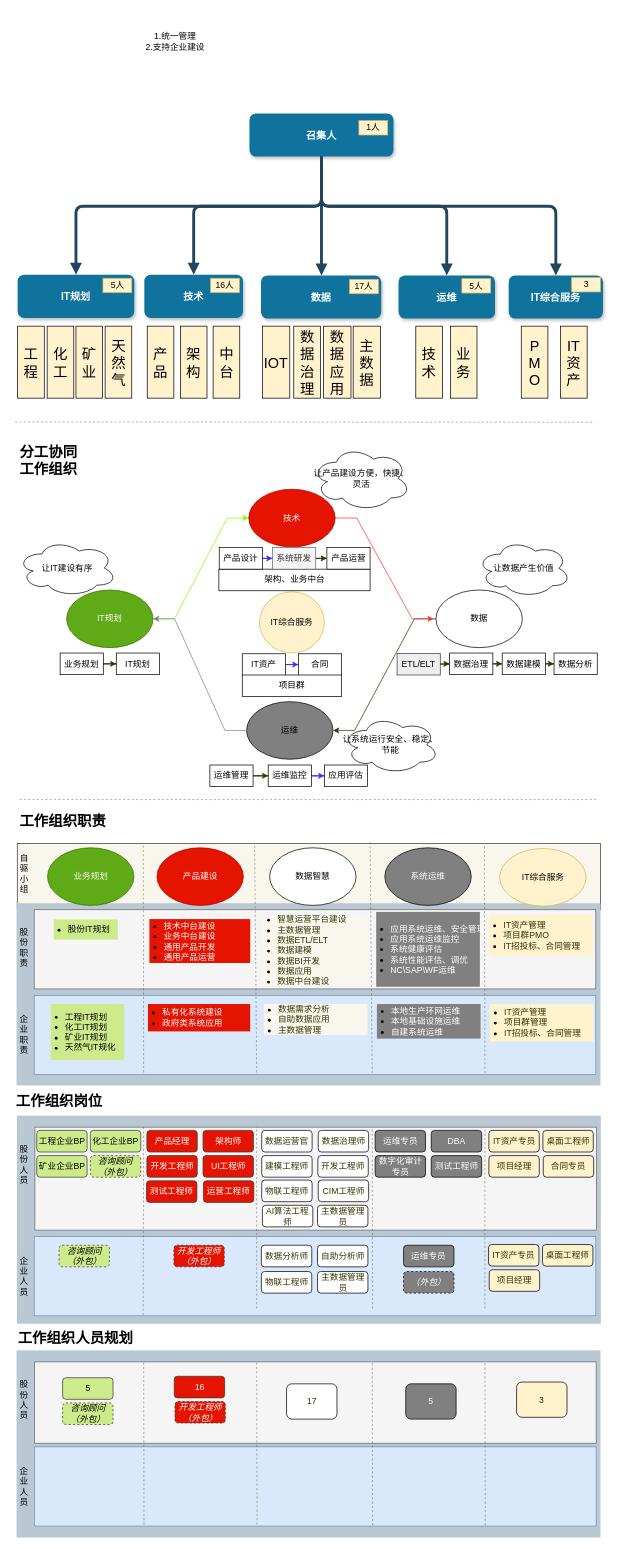
Earlier version of the draw.io diagram page "第 27 页" (18 of 25) of MQ服务.drawio (chinadragonsjz/project). Source tidied: cells renumbered, new cells numbered last; positions are measured from the earlier drawing's top-left corner, leaving out a move shared by most shapes. Both pictures are drawn from the tidied source at 72%, with x=0, y=0 at pixel (12, 12).
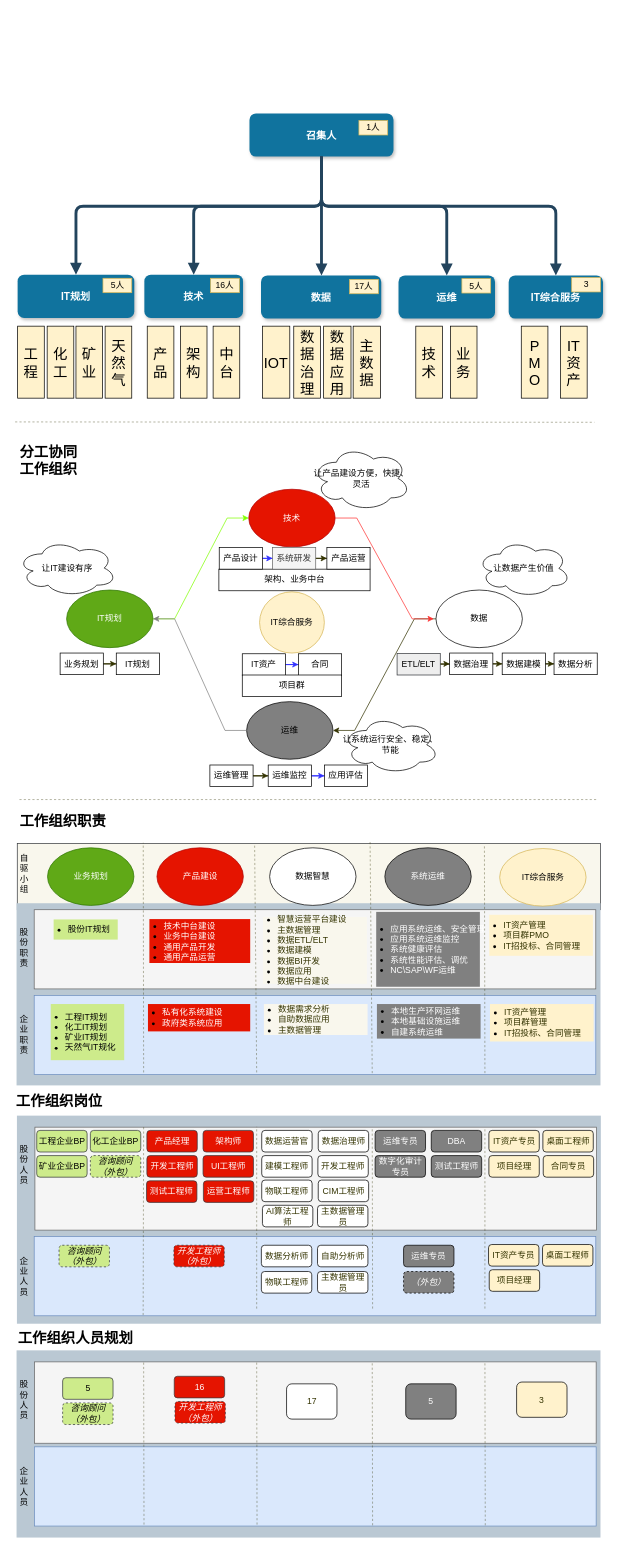
After the change.

The edit, as a diff of the source:
```diff
@@
-    <mxCell id="166" value="1.统一管理&lt;br&gt;2.支持企业建设" style="text;html=1;strokeColor=none;fillColor=none;align=center;verticalAlign=middle;whiteSpace=wrap;rounded=0;" parent="1" vertex="1">
-      <mxGeometry x="118" width="218" height="80" as="geometry" />
-    </mxCell>
```
